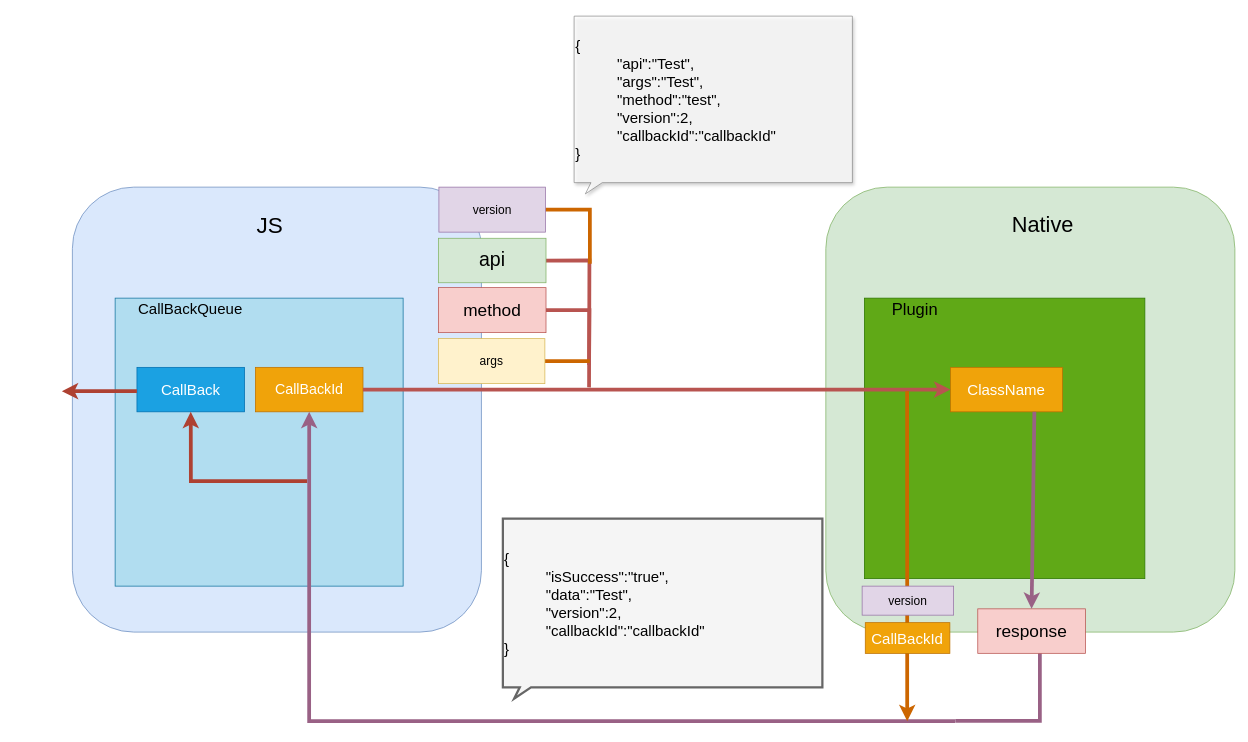
Before: jsbridge_flower.drawio in Dcell/drawio, a draw.io diagram. Source tidied: cells renumbered, new cells numbered last; positions are measured from the earlier drawing's top-left corner, leaving out a move shared by most shapes. Both pictures are drawn from the tidied source at 75%, with x=0, y=0 at pixel (62, 16).
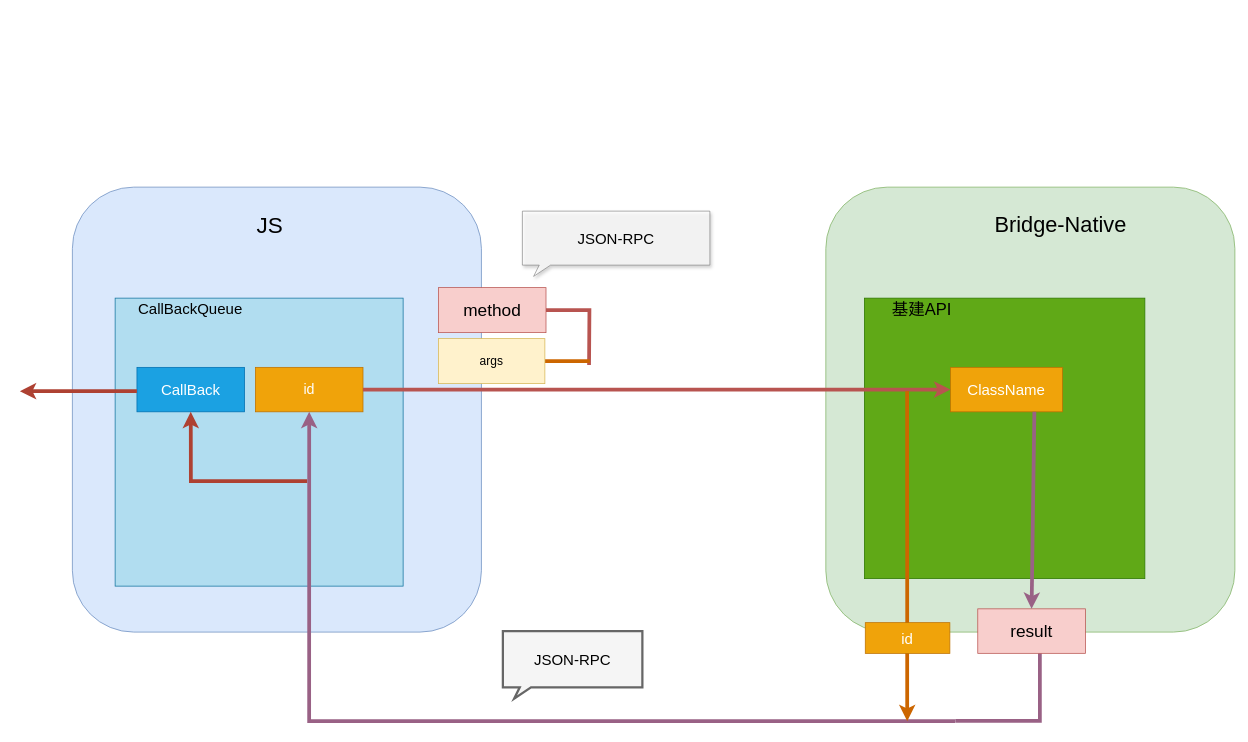
The same page after the edit.

What changed in the source:
```diff
@@
-    <mxCell id="4" value="&lt;font style=&quot;font-size: 29px&quot;&gt;Native&lt;/font&gt;" style="text;html=1;align=left;verticalAlign=top;spacingTop=-4;" parent="1" vertex="1">
-      <mxGeometry x="1264.7" y="257.7" width="100" height="20" as="geometry" />
+    <mxCell id="4" value="&lt;font style=&quot;font-size: 29px&quot;&gt;Bridge-Native&lt;/font&gt;" style="text;html=1;align=left;verticalAlign=top;spacingTop=-4;" parent="1" vertex="1">
+      <mxGeometry x="1241.7" y="257.7" width="190" height="20" as="geometry" />
     </mxCell>
@@
-    <mxCell id="10" value="&lt;font style=&quot;font-size: 19px&quot;&gt;CallBackId&lt;/font&gt;" style="rounded=0;whiteSpace=wrap;html=1;fillColor=#f0a30a;strokeColor=#BD7000;fontColor=#ffffff;" parent="1" vertex="1">
+    <mxCell id="10" value="&lt;span style=&quot;font-size: 19px&quot;&gt;id&lt;/span&gt;" style="rounded=0;whiteSpace=wrap;html=1;fillColor=#f0a30a;strokeColor=#BD7000;fontColor=#ffffff;" parent="1" vertex="1">
       <mxGeometry x="258" y="468.3" width="143.5" height="59.3" as="geometry" />
     </mxCell>
@@
-    <mxCell id="14" style="edgeStyle=orthogonalEdgeStyle;rounded=0;jettySize=auto;html=1;exitX=1;exitY=0.5;exitDx=0;exitDy=0;endArrow=none;endFill=0;strokeColor=#b85450;gradientColor=#ea6b66;fillColor=#f8cecc;strokeWidth=5;" parent="1" edge="1" source="15">
-      <mxGeometry relative="1" as="geometry">
-        <mxPoint x="702.9" y="495" as="targetPoint" />
-      </mxGeometry>
-    </mxCell>
-    <mxCell id="15" value="&lt;span style=&quot;line-height: 120%&quot;&gt;&lt;font style=&quot;font-size: 26px&quot;&gt;api&lt;/font&gt;&lt;/span&gt;" style="rounded=0;whiteSpace=wrap;html=1;fillColor=#d5e8d4;strokeColor=#82b366;" parent="1" vertex="1">
-      <mxGeometry x="502" y="296.2" width="143.5" height="59.3" as="geometry" />
-    </mxCell>
@@
-    <mxCell id="17" value="&lt;font style=&quot;font-size: 23px&quot;&gt;response&lt;/font&gt;" style="rounded=0;whiteSpace=wrap;html=1;fillColor=#f8cecc;strokeColor=#b85450;" parent="1" vertex="1">
+    <mxCell id="17" value="&lt;span style=&quot;font-size: 23px&quot;&gt;result&lt;/span&gt;" style="rounded=0;whiteSpace=wrap;html=1;fillColor=#f8cecc;strokeColor=#b85450;" parent="1" vertex="1">
       <mxGeometry x="1221.2" y="790.3" width="143.5" height="59.3" as="geometry" />
     </mxCell>
@@
-    <mxCell id="21" value="&lt;font style=&quot;font-size: 20px&quot;&gt;{&lt;br&gt;&amp;nbsp; &amp;nbsp; &amp;nbsp; &amp;nbsp; &amp;nbsp; &quot;api&quot;:&quot;Test&quot;,&lt;br&gt;&amp;nbsp; &amp;nbsp; &amp;nbsp; &amp;nbsp; &amp;nbsp; &quot;args&quot;:&quot;Test&quot;,&lt;br&gt;&amp;nbsp; &amp;nbsp; &amp;nbsp; &amp;nbsp; &amp;nbsp; &quot;method&quot;:&quot;test&quot;,&lt;br&gt;&amp;nbsp; &amp;nbsp; &amp;nbsp; &amp;nbsp; &amp;nbsp; &quot;version&quot;:2,&lt;br&gt;&amp;nbsp; &amp;nbsp; &amp;nbsp; &amp;nbsp; &amp;nbsp; &quot;callbackId&quot;:&quot;callbackId&quot;&lt;br&gt;}&lt;/font&gt;" style="whiteSpace=wrap;html=1;shape=mxgraph.basic.rectCallout;dx=30;dy=15;boundedLbl=1;strokeColor=#666666;gradientDirection=west;align=left;strokeWidth=1;shadow=1;sketch=0;opacity=70;" parent="1" vertex="1">
-      <mxGeometry x="683" width="371" height="237" as="geometry" />
+    <mxCell id="21" value="&lt;span style=&quot;font-size: 20px&quot;&gt;JSON-RPC&lt;/span&gt;" style="whiteSpace=wrap;html=1;shape=mxgraph.basic.rectCallout;dx=30;dy=15;boundedLbl=1;strokeColor=#666666;gradientDirection=west;align=center;strokeWidth=1;shadow=1;sketch=0;opacity=70;" parent="1" vertex="1">
+      <mxGeometry x="614" y="260" width="250" height="87" as="geometry" />
     </mxCell>
-    <mxCell id="22" value="&lt;span style=&quot;font-size: 20px&quot;&gt;{&lt;/span&gt;&lt;br style=&quot;font-size: 20px&quot;&gt;&lt;span style=&quot;font-size: 20px&quot;&gt;&amp;nbsp; &amp;nbsp; &amp;nbsp; &amp;nbsp; &amp;nbsp; &quot;isSuccess&quot;:&quot;true&quot;,&lt;/span&gt;&lt;br style=&quot;font-size: 20px&quot;&gt;&lt;span style=&quot;font-size: 20px&quot;&gt;&amp;nbsp; &amp;nbsp; &amp;nbsp; &amp;nbsp; &amp;nbsp; &quot;data&quot;:&quot;Test&quot;,&lt;/span&gt;&lt;br style=&quot;font-size: 20px&quot;&gt;&lt;span style=&quot;font-size: 20px&quot;&gt;&amp;nbsp; &amp;nbsp; &amp;nbsp; &amp;nbsp; &amp;nbsp; &quot;version&quot;:2,&lt;/span&gt;&lt;br style=&quot;font-size: 20px&quot;&gt;&lt;span style=&quot;font-size: 20px&quot;&gt;&amp;nbsp; &amp;nbsp; &amp;nbsp; &amp;nbsp; &amp;nbsp; &quot;callbackId&quot;:&quot;callbackId&quot;&lt;/span&gt;&lt;br style=&quot;font-size: 20px&quot;&gt;&lt;span style=&quot;font-size: 20px&quot;&gt;}&lt;/span&gt;" style="whiteSpace=wrap;html=1;shape=mxgraph.basic.rectCallout;dx=30;dy=15;boundedLbl=1;gradientColor=none;fillColor=#f5f5f5;strokeColor=#666666;gradientDirection=west;align=left;strokeWidth=3;" parent="1" vertex="1">
-      <mxGeometry x="588" y="670" width="426" height="240" as="geometry" />
+    <mxCell id="22" value="&lt;span style=&quot;font-size: 20px&quot;&gt;JSON-RPC&lt;/span&gt;" style="whiteSpace=wrap;html=1;shape=mxgraph.basic.rectCallout;dx=30;dy=15;boundedLbl=1;gradientColor=none;fillColor=#f5f5f5;strokeColor=#666666;gradientDirection=west;align=center;strokeWidth=3;" parent="1" vertex="1">
+      <mxGeometry x="588" y="820" width="186" height="90" as="geometry" />
     </mxCell>
     <mxCell id="23" style="endArrow=classic;html=1;strokeColor=#ae4132;strokeWidth=5;fillColor=#fad9d5;" parent="1" edge="1">
       <mxGeometry relative="1" as="geometry">
         <mxPoint x="100" y="500" as="sourcePoint" />
-        <mxPoint y="500" as="targetPoint" />
+        <mxPoint x="-56" y="500" as="targetPoint" />
         <Array as="points">
           <mxPoint x="80" y="500" />
         </Array>
       </mxGeometry>
     </mxCell>
@@
-    <mxCell id="25" value="&lt;font style=&quot;font-size: 22px&quot;&gt;Plugin&lt;/font&gt;" style="text;html=1;align=left;verticalAlign=top;spacingTop=-4;" parent="1" vertex="1">
-      <mxGeometry x="1104.7" y="376.3" width="80" height="20" as="geometry" />
+    <mxCell id="25" value="&lt;span style=&quot;font-size: 22px&quot;&gt;基建API&lt;/span&gt;" style="text;html=1;align=left;verticalAlign=top;spacingTop=-4;" parent="1" vertex="1">
+      <mxGeometry x="1104.7" y="376.3" width="90" height="20" as="geometry" />
     </mxCell>
@@
-    <mxCell id="28" style="edgeStyle=none;rounded=0;jettySize=auto;html=1;startArrow=none;startFill=0;endArrow=none;endFill=0;strokeColor=#CC6600;strokeWidth=5;" parent="1" edge="1" source="29">
-      <mxGeometry relative="1" as="geometry">
-        <mxPoint x="704" y="330" as="targetPoint" />
-        <Array as="points">
-          <mxPoint x="704" y="258" />
-        </Array>
-      </mxGeometry>
-    </mxCell>
-    <mxCell id="29" value="&lt;font style=&quot;font-size: 16px&quot;&gt;version&lt;/font&gt;" style="rounded=0;whiteSpace=wrap;html=1;fillColor=#e1d5e7;strokeColor=#9673a6;" parent="1" vertex="1">
-      <mxGeometry x="502.7" y="228" width="142" height="60" as="geometry" />
-    </mxCell>
@@
-    <mxCell id="31" value="&lt;font style=&quot;font-size: 16px&quot;&gt;version&lt;/font&gt;" style="rounded=0;whiteSpace=wrap;html=1;fillColor=#e1d5e7;strokeColor=#9673a6;" parent="1" vertex="1">
-      <mxGeometry x="1067" y="760" width="122" height="38.7" as="geometry" />
-    </mxCell>
-    <mxCell id="32" value="&lt;font style=&quot;font-size: 20px&quot;&gt;CallBackId&lt;/font&gt;" style="rounded=0;whiteSpace=wrap;html=1;fillColor=#f0a30a;strokeColor=#BD7000;fontColor=#ffffff;" parent="1" vertex="1">
+    <mxCell id="32" value="&lt;font style=&quot;font-size: 20px&quot;&gt;id&lt;/font&gt;" style="rounded=0;whiteSpace=wrap;html=1;fillColor=#f0a30a;strokeColor=#BD7000;fontColor=#ffffff;" parent="1" vertex="1">
       <mxGeometry x="1071.2" y="808.7" width="112.8" height="41" as="geometry" />
     </mxCell>
```
